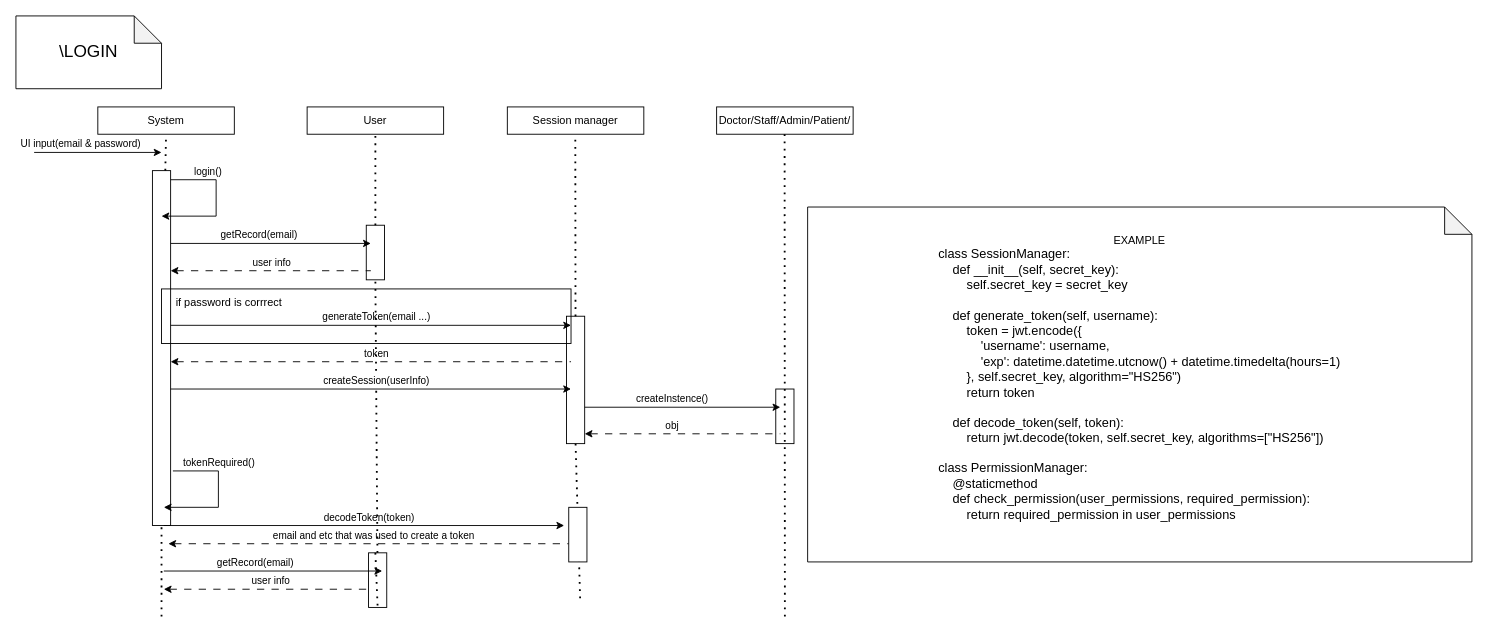
Before: Project_Documentation/sequence_design/Login.drawio in IndecentTulip/INFO2413, a draw.io diagram. Source tidied: cells renumbered, new cells numbered last; positions are measured from the earlier drawing's top-left corner, leaving out a move shared by most shapes. Both pictures are drawn from the tidied source at 91%, with x=0, y=0 at pixel (15, 15).
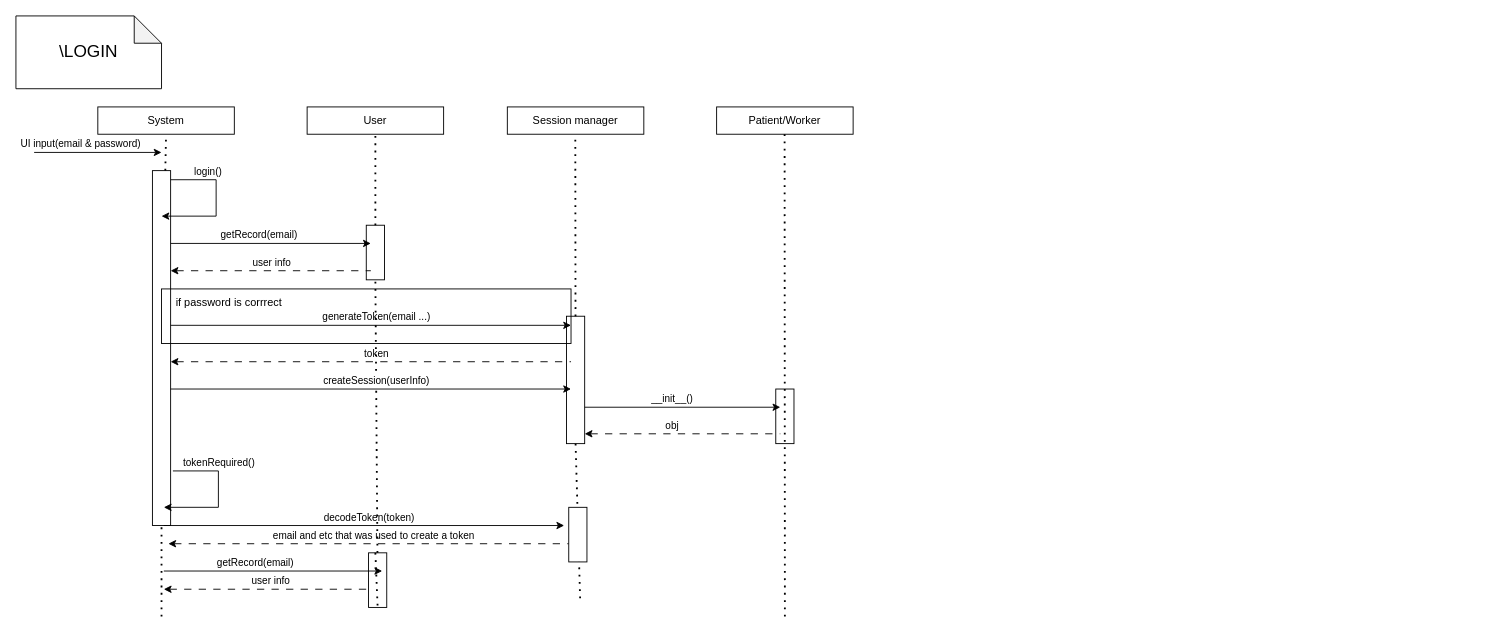
Above is the later version.

Unchanged cells that the change refers to:
```xml
<mxCell id="47" style="endArrow=classic;html=1;rounded=0;" parent="1" edge="1">
  <mxGeometry relative="1" as="geometry">
    <mxPoint x="625" y="430" as="sourcePoint" />
    <mxPoint x="840" y="430" as="targetPoint" />
  </mxGeometry>
</mxCell>
```

What changed in the source:
```diff
@@
-    <mxCell id="45" value="Doctor/Staff/Admin/Patient/" style="rounded=0;whiteSpace=wrap;html=1;" parent="1" vertex="1">
+    <mxCell id="45" value="Patient/Worker" style="rounded=0;whiteSpace=wrap;html=1;" parent="1" vertex="1">
       <mxGeometry x="770" y="100" width="150" height="30" as="geometry" />
     </mxCell>
@@
-    <mxCell id="48" value="createInstence()" style="edgeLabel;html=1;align=center;verticalAlign=middle;" parent="47" vertex="1">
+    <mxCell id="48" value="__init__()" style="edgeLabel;html=1;align=center;verticalAlign=middle;" parent="47" vertex="1">
       <mxGeometry x="-0.61" y="-2" relative="1" as="geometry">
         <mxPoint x="53" y="-12" as="offset" />
       </mxGeometry>
     </mxCell>
@@
-    <mxCell id="51" value="EXAMPLE&lt;br&gt;&lt;div style=&quot;font-size: 14px;&quot; align=&quot;left&quot;&gt;&lt;font style=&quot;font-size: 14px;&quot;&gt;class SessionManager:&lt;br&gt;&amp;nbsp;&amp;nbsp;&amp;nbsp; def __init__(self, secret_key):&lt;br&gt;&amp;nbsp;&amp;nbsp;&amp;nbsp;&amp;nbsp;&amp;nbsp;&amp;nbsp;&amp;nbsp; self.secret_key = secret_key&lt;br&gt;&lt;br&gt;&amp;nbsp;&amp;nbsp;&amp;nbsp; def generate_token(self, username):&lt;br&gt;&amp;nbsp;&amp;nbsp;&amp;nbsp;&amp;nbsp;&amp;nbsp;&amp;nbsp;&amp;nbsp; token = jwt.encode({&lt;br&gt;&amp;nbsp;&amp;nbsp;&amp;nbsp;&amp;nbsp;&amp;nbsp;&amp;nbsp;&amp;nbsp;&amp;nbsp;&amp;nbsp;&amp;nbsp;&amp;nbsp; 'username': username,&lt;br&gt;&amp;nbsp;&amp;nbsp;&amp;nbsp;&amp;nbsp;&amp;nbsp;&amp;nbsp;&amp;nbsp;&amp;nbsp;&amp;nbsp;&amp;nbsp;&amp;nbsp; 'exp': datetime.datetime.utcnow() + datetime.timedelta(hours=1)&lt;br&gt;&amp;nbsp;&amp;nbsp;&amp;nbsp;&amp;nbsp;&amp;nbsp;&amp;nbsp;&amp;nbsp; }, self.secret_key, algorithm=&quot;HS256&quot;)&lt;br&gt;&amp;nbsp;&amp;nbsp;&amp;nbsp;&amp;nbsp;&amp;nbsp;&amp;nbsp;&amp;nbsp; return token&lt;br&gt;&lt;br&gt;&amp;nbsp;&amp;nbsp;&amp;nbsp; def decode_token(self, token):&lt;br&gt;&amp;nbsp;&amp;nbsp;&amp;nbsp;&amp;nbsp;&amp;nbsp;&amp;nbsp;&amp;nbsp; return jwt.decode(token, self.secret_key, algorithms=[&quot;HS256&quot;])&lt;br&gt;&lt;br&gt;class PermissionManager:&lt;br&gt;&amp;nbsp;&amp;nbsp;&amp;nbsp; @staticmethod&lt;br&gt;&amp;nbsp;&amp;nbsp;&amp;nbsp; def check_permission(user_permissions, required_permission):&lt;br&gt;&amp;nbsp;&amp;nbsp;&amp;nbsp;&amp;nbsp;&amp;nbsp;&amp;nbsp;&amp;nbsp; return required_permission in user_permissions&lt;br&gt;&lt;/font&gt;&lt;/div&gt;&lt;div&gt;&lt;br&gt;&lt;/div&gt;" style="shape=note;whiteSpace=wrap;html=1;backgroundOutline=1;darkOpacity=0.05;" parent="1" vertex="1">
-      <mxGeometry x="870" y="210" width="730" height="390" as="geometry" />
-    </mxCell>
```
